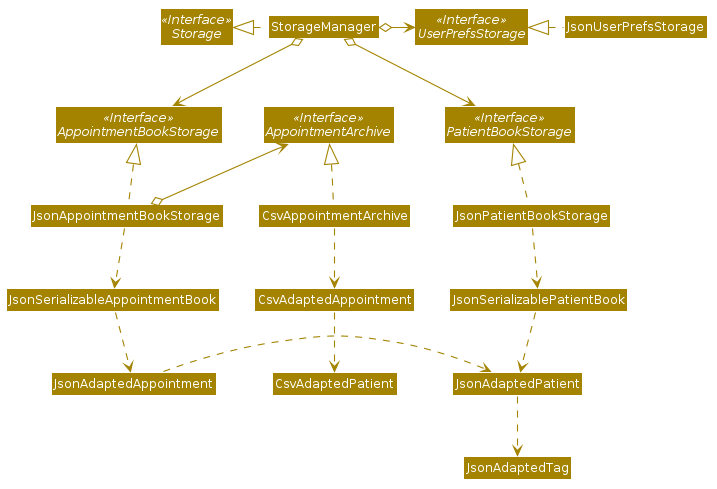
The PlantUML diagram docs/images/StorageClassDiagram.png in xz0127/tp, before a commit.
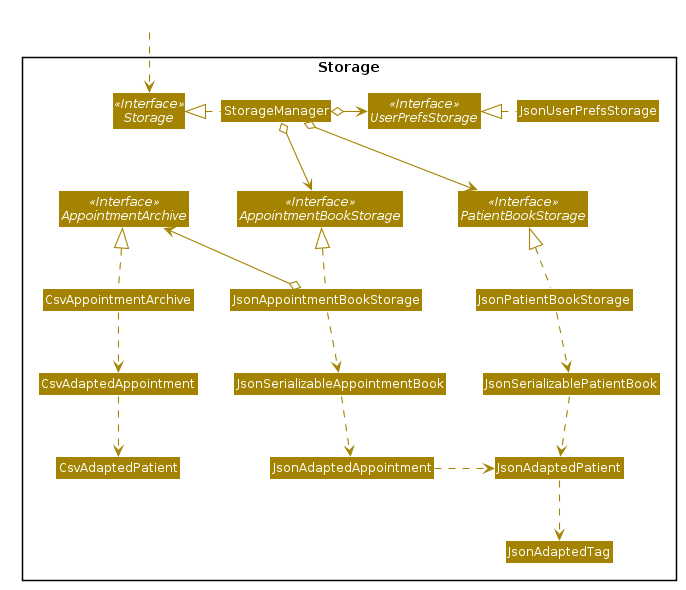
The same diagram one commit later.

Commit message:
Generate PNG images for PlantUML diagrams

Change to the diagram source:
```diff
@@ -51,17 +51,32 @@
 skinparam arrowColor #A38300
 skinparam classBackgroundColor #A38300
 
+Package Storage <<Rectangle>> {
 Interface Storage <<Interface>>
+Class StorageManager
+
 Interface UserPrefsStorage <<Interface>>
+Class JsonUserPrefsStorage
+
 Interface PatientBookStorage <<Interface>>
+Class JsonPatientBookStorage
+Class JsonSerializablePatientBook
+Class JsonAdaptedPatient
+Class JsonAdaptedTag
+
 Interface AppointmentBookStorage <<Interface>>
+Class JsonAppointmentBookStorage
+Class JsonSerializableAppointmentBook
+Class JsonAdaptedAppointment
+
 Interface AppointmentArchive <<Interface>>
+Class CsvAppointmentArchive
+Class CsvAdaptedAppointment
+Class CsvAdaptedPatient
+}
 
-Class StorageManager
-Class JsonUserPrefsStorage
-Class JsonPatientBookStorage
-Class JsonAppointmentBookStorage
-Class CsvAppointmentArchive
+Class HiddenOutside #FFFFFF
+HiddenOutside ..> Storage
 
 StorageManager .left.|> Storage
 StorageManager o-right-> UserPrefsStorage
```
